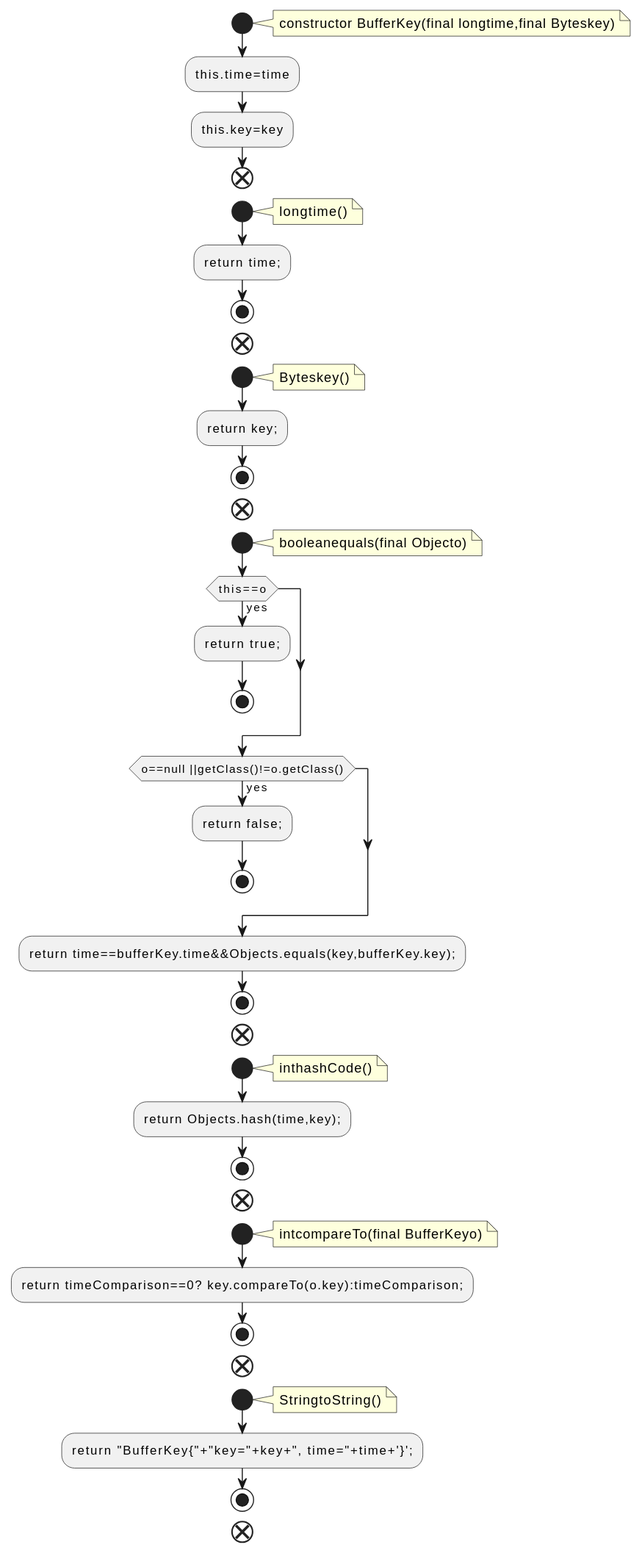
The PlantUML diagram docs/qc/streams/src/main/java/org/apache/kafka/streams/state/internals/BufferKey.java.fct.svg in qualitesys/kafka, before a commit. Source of this version:
```plantuml
@startuml
!pragma layout smetana
start
note right
constructor BufferKey(final longtime,final Byteskey)
end note
:this.time=time;
:this.key=key;
end
start
note right
longtime()
end note
:return time;;
stop
end
start
note right
Byteskey()
end note
:return key;;
stop
end
start
note right
booleanequals(final Objecto)
end note
if (this==o) then (yes)
:return true;;
stop
endif
if (o==null ||getClass()!=o.getClass()) then (yes)
:return false;;
stop
endif
:return time==bufferKey.time&&Objects.equals(key,bufferKey.key);;
stop
end
start
note right
inthashCode()
end note
:return Objects.hash(time,key);;
stop
end
start
note right
intcompareTo(final BufferKeyo)
end note
:return timeComparison==0? key.compareTo(o.key):timeComparison;;
stop
end
start
note right
StringtoString()
end note
:return "BufferKey{"+"key="+key+", time="+time+'}';;
stop
end
@enduml
```
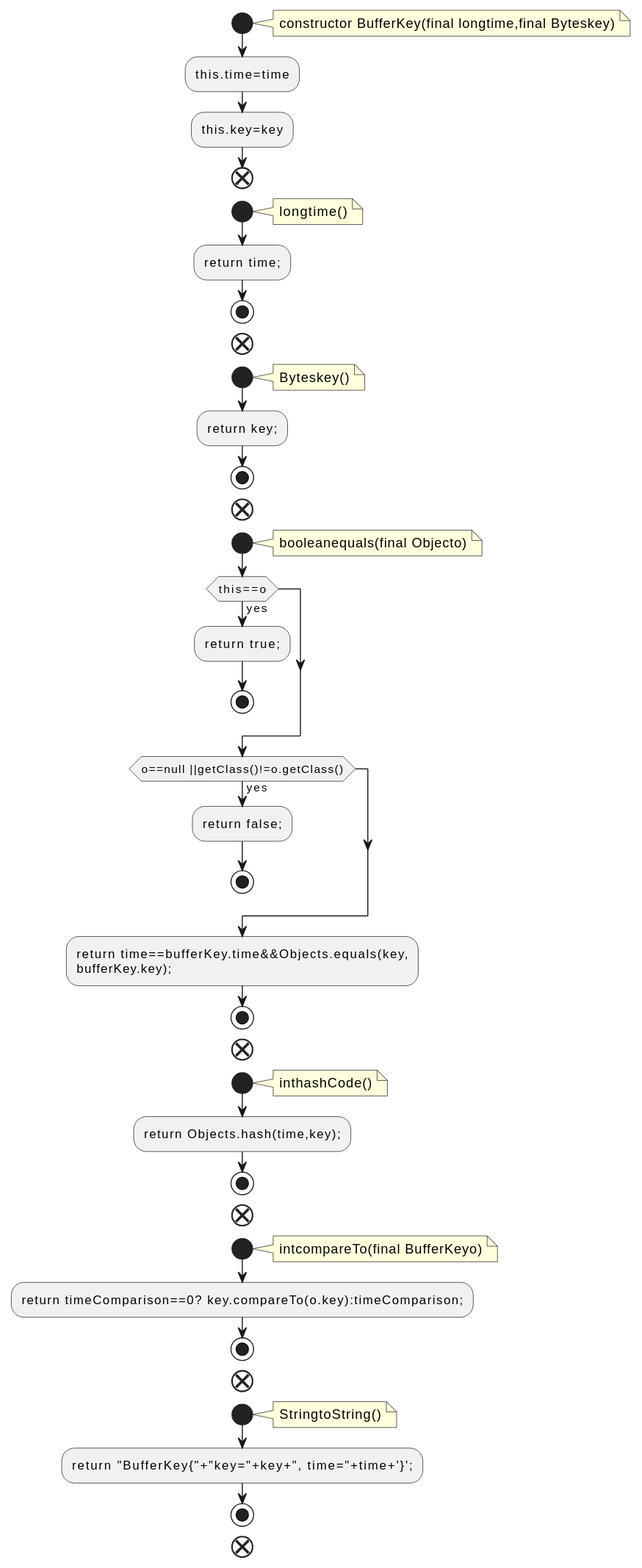
The same file after the commit.

Diff of the diagram source:
```diff
@@ -33,7 +33,8 @@
 :return false;;
 stop
 endif
-:return time==bufferKey.time&&Objects.equals(key,bufferKey.key);;
+:return time==bufferKey.time&&Objects.equals(key,
+bufferKey.key);;
 stop
 end
 start
```
